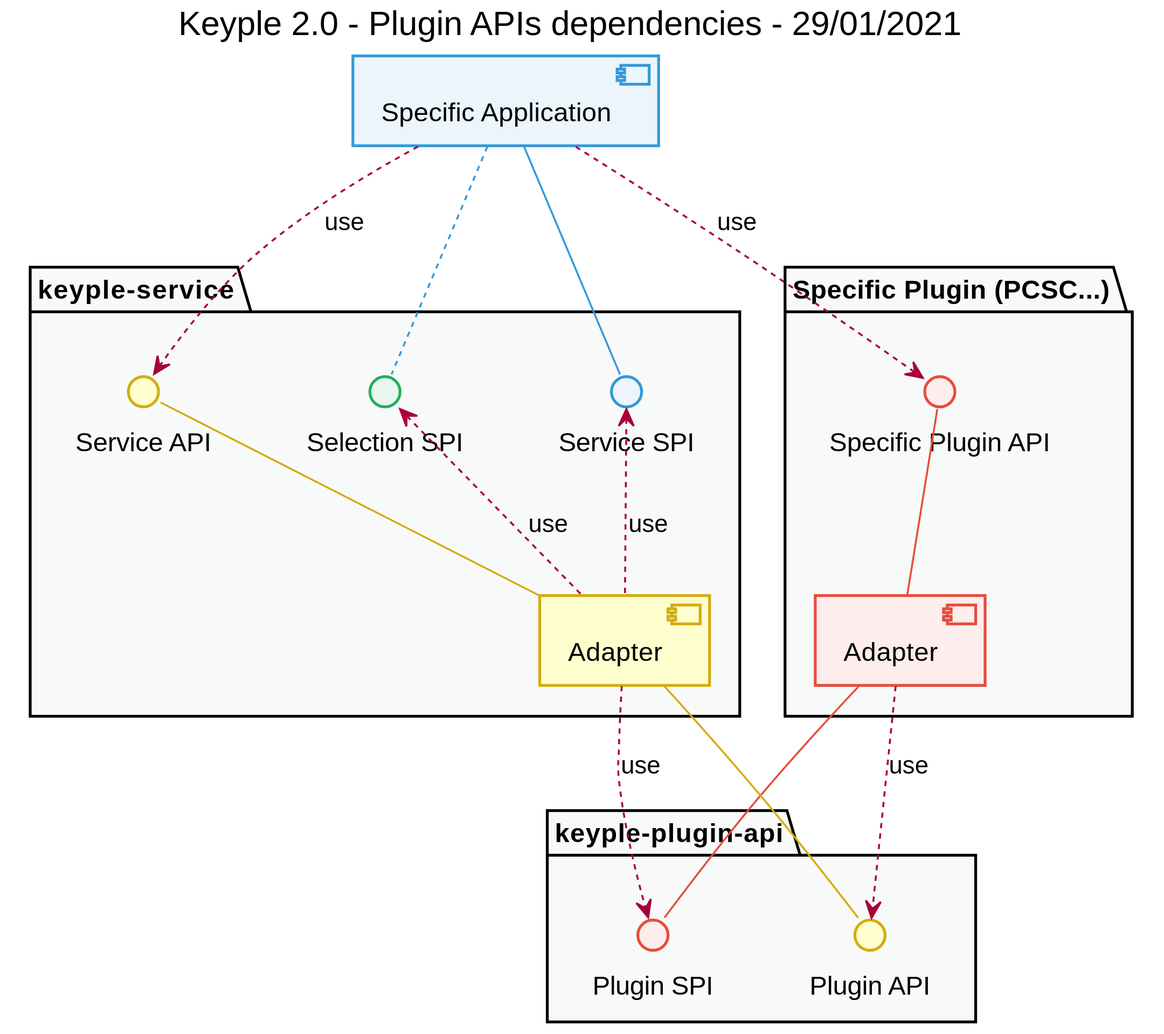
The PlantUML diagram uml/component/keyple_2_0_component_api_plugin_dependencies.svg in calypsonet/keyple_2_0, before a commit. The source it was exported from:
```plantuml
@startuml
title
    Keyple 2.0 - Plugin APIs dependencies - 29/01/2021
end title


!define COLOR_YELLOW D4AC0D
!define COLOR_RED E74C3C
!define COLOR_PURPLE 8E44AD
!define COLOR_BLUE 3498DB
!define COLOR_GREEN 27AE60
!define COLOR_GREY 2C3E50

!define C_GREY1 F8F9F9
!define C_GREY2 F2F3F4
!define C_GREY3 E5E7E9
!define C_GREY4 D7DBDD
!define C_GREY5 CACFD2
!define C_GREY6 BDC3C7
!define C_LINK 3498DB
!define C_USE 27AE60

skinparam Shadowing false
skinparam component {
    BorderColor #D4AC0D
    BackgroundColor<<red>> #FDEDEC
    BorderColor<<red>> #E74C3C
    BackgroundColor<<purple>> #F4ECF7
    BorderColor<<purple>> #8E44AD
    BackgroundColor<<blue>> #EBF5FB
    BorderColor<<blue>> #3498DB
    BackgroundColor<<green>> #E9F7EF
    BorderColor<<green>> #27AE60
    BackgroundColor<<grey>> #EAECEE
    BorderColor<<grey>> #2C3E50
}
skinparam interface {
    BorderColor #D4AC0D
    BackgroundColor<<red>> #FDEDEC
    BorderColor<<red>> #E74C3C
    BackgroundColor<<purple>> #F4ECF7
    BorderColor<<purple>> #8E44AD
    BackgroundColor<<blue>> #EBF5FB
    BorderColor<<blue>> #3498DB
    BackgroundColor<<green>> #E9F7EF
    BorderColor<<green>> #27AE60
    BackgroundColor<<grey>> #EAECEE
    BorderColor<<grey>> #2C3E50
}
hide <<red>> stereotype
hide <<purple>> stereotype
hide <<blue>> stereotype
hide <<green>> stereotype
hide <<grey>> stereotype


[Specific Application] as application <<blue>>
package "keyple-service" as packService {
    interface "Service API" as serviceApi
    interface "Service SPI" as serviceSpi <<blue>>
    interface "Selection SPI" as selectionSpi <<green>>
    [Adapter] as service
}
package "Specific Plugin (PCSC...)" as packPlugin {
    interface "Specific Plugin API" as specificPluginApi <<red>>
    [Adapter] as plugin <<red>>
}
package "keyple-plugin-api" as packPluginApi {
    interface "Plugin SPI" as pluginSpi <<red>>
    interface "Plugin API" as pluginApi
}


application -- serviceSpi #COLOR_BLUE
application .. selectionSpi #COLOR_BLUE

plugin -up- specificPluginApi #COLOR_RED
plugin -- pluginSpi #COLOR_RED

service -up- serviceApi #COLOR_YELLOW
service -- pluginApi #COLOR_YELLOW


application ..> specificPluginApi : use
application ..> serviceApi : use

service .up.> serviceSpi : use
service .up.> selectionSpi : use
service ..> pluginSpi : use

plugin ..> pluginApi : use


package packPlugin #C_GREY1 {
}
package packService #C_GREY1 {
}
package packPluginApi #C_GREY1 {
}

@enduml
```
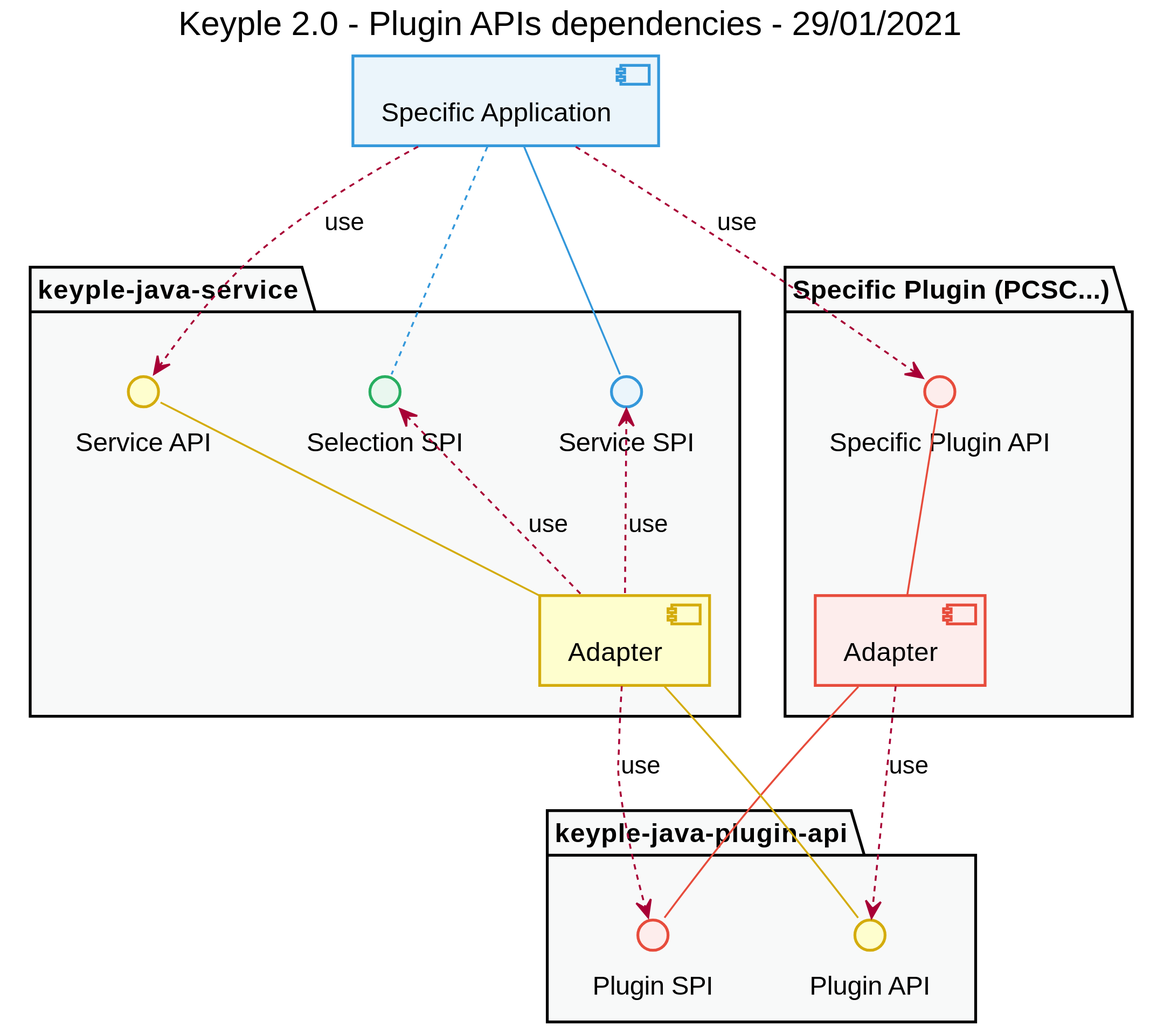
The same file after the commit.

Diff of the diagram source:
```diff
@@ -55,7 +55,7 @@
 
 
 [Specific Application] as application <<blue>>
-package "keyple-service" as packService {
+package "keyple-java-service" as packService {
     interface "Service API" as serviceApi
     interface "Service SPI" as serviceSpi <<blue>>
     interface "Selection SPI" as selectionSpi <<green>>
@@ -65,7 +65,7 @@
     interface "Specific Plugin API" as specificPluginApi <<red>>
     [Adapter] as plugin <<red>>
 }
-package "keyple-plugin-api" as packPluginApi {
+package "keyple-java-plugin-api" as packPluginApi {
     interface "Plugin SPI" as pluginSpi <<red>>
     interface "Plugin API" as pluginApi
 }
```
